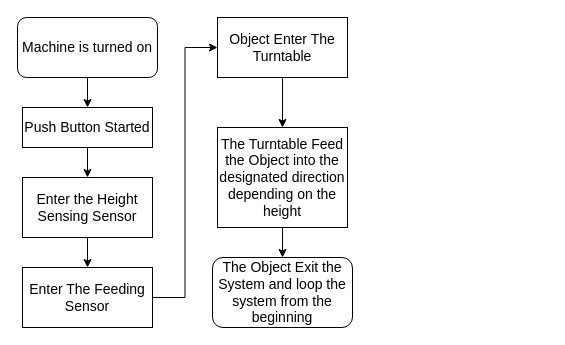
Bramantyo2609/ThesisGitHub keeps this draw.io diagram as Simplified Flowchart.drawio. Above is the earlier version. Source tidied: cells renumbered, new cells numbered last; positions are measured from the earlier drawing's top-left corner, leaving out a move shared by most shapes. Both pictures are drawn from the tidied source at 100%, with x=0, y=0 at pixel (17, 17).
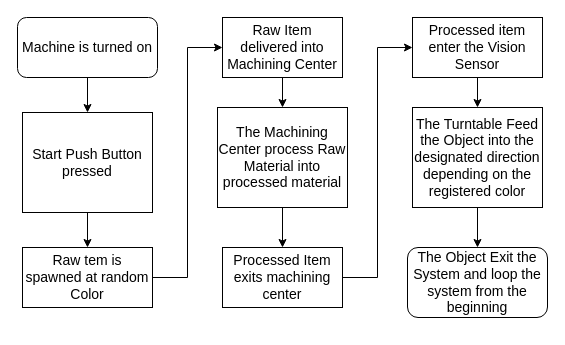
After the change.

What changed in the source:
```diff
@@
 <mxGraphModel>
   <root>
     <mxCell id="0" />
     <mxCell id="1" parent="0" />
     <mxCell id="2" style="edgeStyle=orthogonalEdgeStyle;rounded=0;jettySize=auto;html=1;exitX=0.5;exitY=1;exitDx=0;exitDy=0;" parent="1" edge="1" source="3" target="7">
       <mxGeometry relative="1" as="geometry" />
     </mxCell>
-    <mxCell id="3" value="&lt;span style=&quot;font-size: 14px;&quot;&gt;Push Button Started&lt;/span&gt;" style="rounded=0;whiteSpace=wrap;html=1;" parent="1" vertex="1">
-      <mxGeometry x="5" y="90" width="130" height="40" as="geometry" />
+    <mxCell id="3" value="&lt;span style=&quot;font-size: 14px;&quot;&gt;Start Push Button pressed&lt;/span&gt;" style="rounded=0;whiteSpace=wrap;html=1;" parent="1" vertex="1">
+      <mxGeometry x="5" y="95" width="130" height="100" as="geometry" />
     </mxCell>
     <mxCell id="4" style="edgeStyle=orthogonalEdgeStyle;rounded=0;jettySize=auto;html=1;exitX=0.5;exitY=1;exitDx=0;exitDy=0;" parent="1" edge="1" source="5" target="3">
       <mxGeometry relative="1" as="geometry" />
     </mxCell>
     <mxCell id="5" value="&lt;font style=&quot;font-size: 14px;&quot;&gt;Machine is turned on&lt;/font&gt;" style="rounded=1;whiteSpace=wrap;html=1;" parent="1" vertex="1">
       <mxGeometry width="140" height="60" as="geometry" />
     </mxCell>
-    <mxCell id="6" style="edgeStyle=orthogonalEdgeStyle;rounded=0;jettySize=auto;html=1;exitX=0.5;exitY=1;exitDx=0;exitDy=0;entryX=0.5;entryY=0;entryDx=0;entryDy=0;" parent="1" edge="1" source="7" target="9">
-      <mxGeometry relative="1" as="geometry" />
-    </mxCell>
+    <mxCell id="15" style="edgeStyle=orthogonalEdgeStyle;rounded=0;jettySize=auto;html=1;exitX=1;exitY=0.5;exitDx=0;exitDy=0;entryX=0;entryY=0.5;entryDx=0;entryDy=0;" parent="1" edge="1" source="7" target="18">
+      <mxGeometry relative="1" as="geometry" />
+    </mxCell>
-    <mxCell id="7" value="&lt;font style=&quot;font-size: 14px;&quot;&gt;Enter the Height Sensing Sensor&lt;/font&gt;" style="rounded=0;whiteSpace=wrap;html=1;" parent="1" vertex="1">
-      <mxGeometry x="5" y="160" width="130" height="60" as="geometry" />
+    <mxCell id="7" value="&lt;span style=&quot;font-size: 14px;&quot;&gt;Raw tem is spawned at random Color&lt;/span&gt;" style="rounded=0;whiteSpace=wrap;html=1;" parent="1" vertex="1">
+      <mxGeometry x="5" y="230" width="130" height="60" as="geometry" />
     </mxCell>
-    <mxCell id="8" style="edgeStyle=orthogonalEdgeStyle;rounded=0;jettySize=auto;html=1;exitX=1;exitY=0.5;exitDx=0;exitDy=0;entryX=0;entryY=0.5;entryDx=0;entryDy=0;" parent="1" edge="1" source="9" target="11">
-      <mxGeometry relative="1" as="geometry" />
-    </mxCell>
+    <mxCell id="16" style="edgeStyle=orthogonalEdgeStyle;rounded=0;jettySize=auto;html=1;exitX=0.5;exitY=1;exitDx=0;exitDy=0;" parent="1" edge="1" source="9" target="20">
+      <mxGeometry relative="1" as="geometry" />
+    </mxCell>
-    <mxCell id="9" value="&lt;font style=&quot;font-size: 14px;&quot;&gt;Enter The Feeding Sensor&lt;/font&gt;" style="rounded=0;whiteSpace=wrap;html=1;" parent="1" vertex="1">
-      <mxGeometry x="5" y="250" width="130" height="60" as="geometry" />
+    <mxCell id="9" value="&lt;span style=&quot;font-size: 14px;&quot;&gt;The Machining Center process Raw Material into processed material&lt;/span&gt;" style="rounded=0;whiteSpace=wrap;html=1;" parent="1" vertex="1">
+      <mxGeometry x="200" y="90" width="130" height="100" as="geometry" />
     </mxCell>
     <mxCell id="10" style="edgeStyle=orthogonalEdgeStyle;rounded=0;jettySize=auto;html=1;exitX=0.5;exitY=1;exitDx=0;exitDy=0;" parent="1" edge="1" source="11" target="13">
       <mxGeometry relative="1" as="geometry" />
     </mxCell>
-    <mxCell id="11" value="&lt;font style=&quot;font-size: 14px;&quot;&gt;Object Enter The Turntable&lt;/font&gt;" style="rounded=0;whiteSpace=wrap;html=1;" parent="1" vertex="1">
-      <mxGeometry x="200" width="130" height="60" as="geometry" />
+    <mxCell id="11" value="&lt;span style=&quot;font-size: 14px;&quot;&gt;Processed item enter the Vision Sensor&lt;/span&gt;" style="rounded=0;whiteSpace=wrap;html=1;" parent="1" vertex="1">
+      <mxGeometry x="395" width="130" height="60" as="geometry" />
     </mxCell>
-    <mxCell id="12" style="edgeStyle=orthogonalEdgeStyle;rounded=0;jettySize=auto;html=1;exitX=0.5;exitY=1;exitDx=0;exitDy=0;" parent="1" edge="1" source="13" target="14">
+    <mxCell id="12" style="edgeStyle=orthogonalEdgeStyle;rounded=0;jettySize=auto;html=1;exitX=0.5;exitY=1;exitDx=0;exitDy=0;entryX=0.5;entryY=0;entryDx=0;entryDy=0;" parent="1" edge="1" source="13" target="14">
       <mxGeometry relative="1" as="geometry" />
     </mxCell>
-    <mxCell id="13" value="&lt;font style=&quot;font-size: 14px;&quot;&gt;The Turntable Feed the Object into the designated direction depending on the height&lt;/font&gt;" style="rounded=0;whiteSpace=wrap;html=1;" parent="1" vertex="1">
-      <mxGeometry x="200" y="110" width="130" height="100" as="geometry" />
+    <mxCell id="13" value="&lt;font style=&quot;font-size: 14px;&quot;&gt;The Turntable Feed the Object into the designated direction depending on the registered color&lt;/font&gt;" style="rounded=0;whiteSpace=wrap;html=1;" parent="1" vertex="1">
+      <mxGeometry x="395" y="90" width="130" height="100" as="geometry" />
     </mxCell>
     <mxCell id="14" value="&lt;font style=&quot;font-size: 14px;&quot;&gt;The Object Exit the System and loop the system from the beginning&lt;/font&gt;" style="rounded=1;whiteSpace=wrap;html=1;" parent="1" vertex="1">
-      <mxGeometry x="195" y="240" width="140" height="70" as="geometry" />
+      <mxGeometry x="390" y="230" width="140" height="70" as="geometry" />
     </mxCell>
+    <mxCell id="17" style="edgeStyle=orthogonalEdgeStyle;rounded=0;jettySize=auto;html=1;exitX=0.5;exitY=1;exitDx=0;exitDy=0;entryX=0.5;entryY=0;entryDx=0;entryDy=0;" parent="1" edge="1" source="18" target="9">
+      <mxGeometry relative="1" as="geometry" />
+    </mxCell>
+    <mxCell id="18" value="&lt;font style=&quot;font-size: 14px;&quot;&gt;Raw Item delivered into Machining Center&lt;/font&gt;" style="rounded=0;whiteSpace=wrap;html=1;" parent="1" vertex="1">
+      <mxGeometry x="205" width="120" height="60" as="geometry" />
+    </mxCell>
+    <mxCell id="19" style="edgeStyle=orthogonalEdgeStyle;rounded=0;jettySize=auto;html=1;exitX=1;exitY=0.5;exitDx=0;exitDy=0;entryX=0;entryY=0.5;entryDx=0;entryDy=0;" parent="1" edge="1" source="20" target="11">
+      <mxGeometry relative="1" as="geometry" />
+    </mxCell>
+    <mxCell id="20" value="&lt;font style=&quot;font-size: 14px;&quot;&gt;Processed Item exits machining center&lt;/font&gt;" style="rounded=0;whiteSpace=wrap;html=1;" parent="1" vertex="1">
+      <mxGeometry x="205" y="230" width="120" height="60" as="geometry" />
+    </mxCell>
   </root>
 </mxGraphModel>
```
